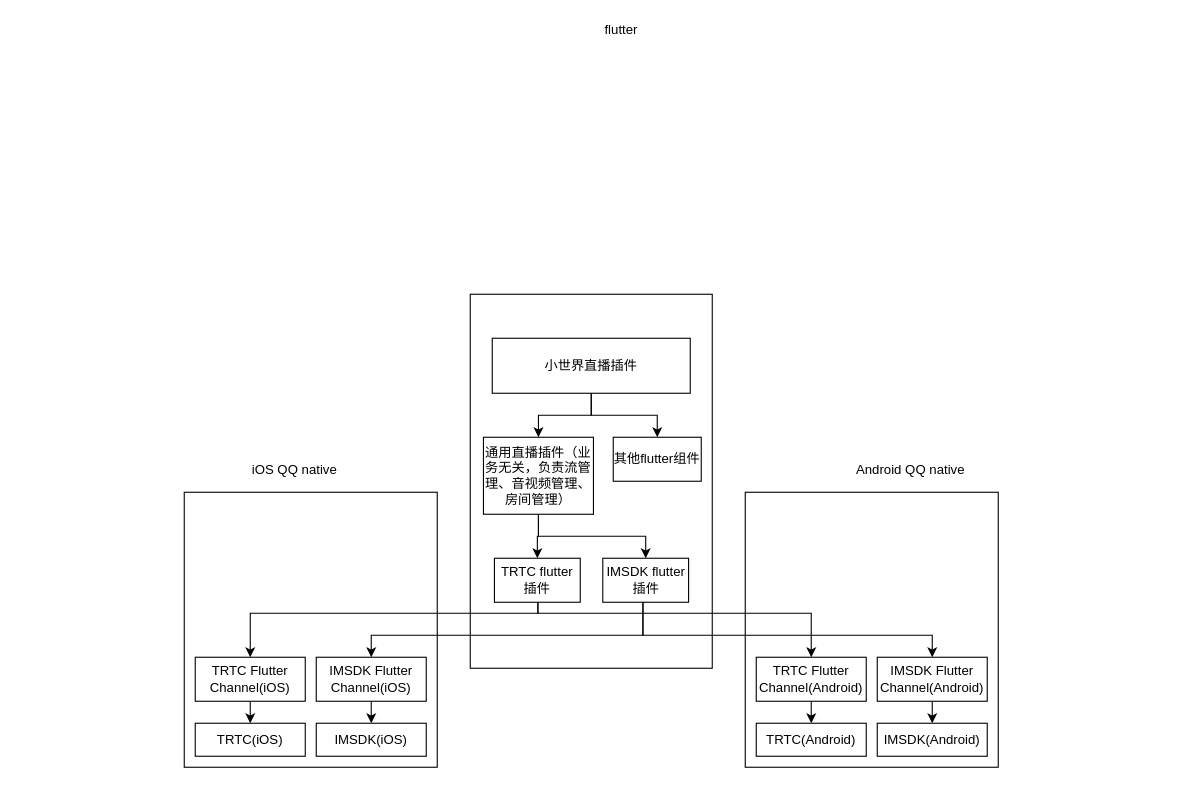
Before: charts/WezoneLive.drawio in ruin19/draw.io, a draw.io diagram. Source tidied: cells renumbered, new cells numbered last; positions are measured from the earlier drawing's top-left corner, leaving out a move shared by most shapes. Both pictures are drawn from the tidied source at 110%, with x=0, y=0 at pixel (184, 19).
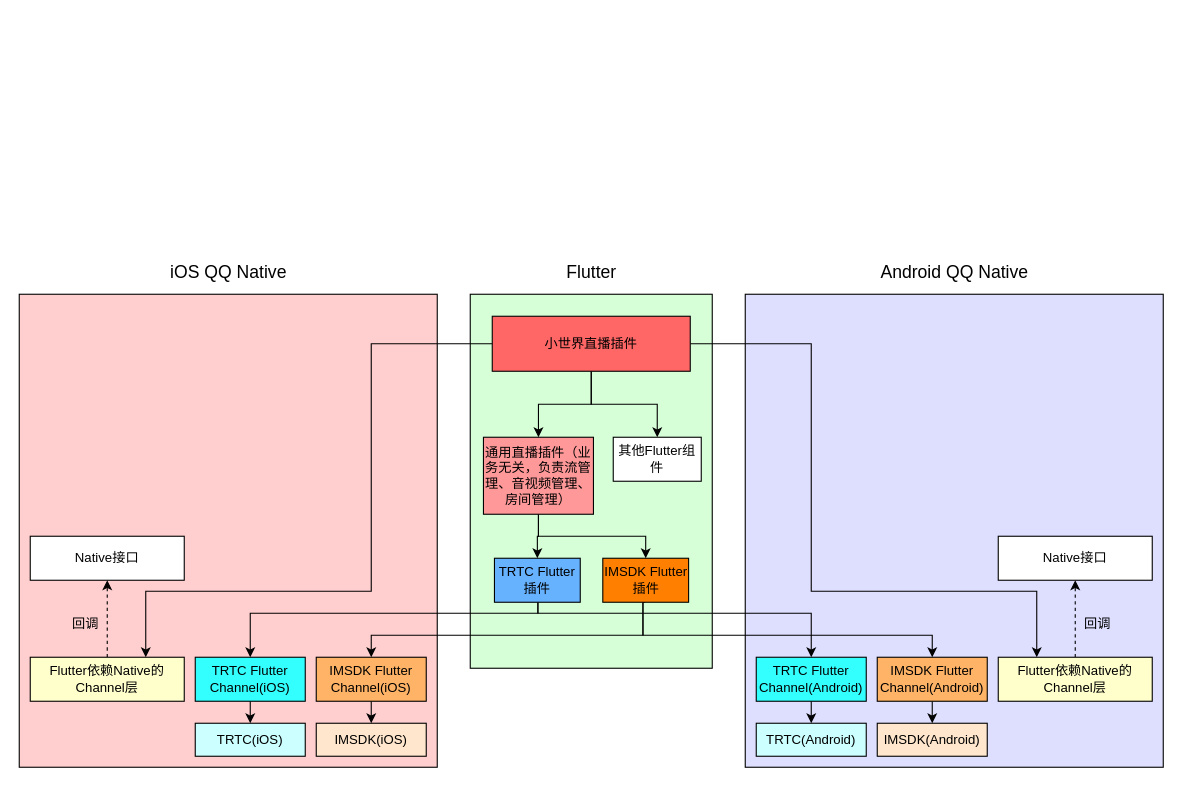
Above is the later version.

Diff of the diagram source:
```diff
@@
-    <mxCell id="2" style="rounded=0;whiteSpace=wrap;html=1;" parent="1" vertex="1">
-      <mxGeometry x="510" y="430" width="230" height="250" as="geometry" />
+    <mxCell id="2" style="rounded=0;whiteSpace=wrap;html=1;fillColor=#DEDFFF;" parent="1" vertex="1">
+      <mxGeometry x="510" y="250" width="380" height="430" as="geometry" />
     </mxCell>
-    <mxCell id="3" style="rounded=0;whiteSpace=wrap;html=1;" parent="1" vertex="1">
+    <mxCell id="3" style="rounded=0;whiteSpace=wrap;html=1;fillColor=#D6FFD8;" parent="1" vertex="1">
       <mxGeometry x="260" y="250" width="220" height="340" as="geometry" />
     </mxCell>
-    <mxCell id="4" style="rounded=0;whiteSpace=wrap;html=1;" parent="1" vertex="1">
-      <mxGeometry y="430" width="230" height="250" as="geometry" />
+    <mxCell id="4" style="rounded=0;whiteSpace=wrap;html=1;fillColor=#FFCFCF;" parent="1" vertex="1">
+      <mxGeometry x="-150" y="250" width="380" height="430" as="geometry" />
     </mxCell>
-    <mxCell id="5" value="&lt;span&gt;iOS QQ native&lt;/span&gt;" style="text;html=1;align=center;verticalAlign=middle;fillColor=none;strokeColor=none;rounded=0;" parent="1" vertex="1">
-      <mxGeometry x="55" y="400" width="90" height="20" as="geometry" />
+    <mxCell id="5" value="&lt;span&gt;&lt;font style=&quot;font-size: 16px&quot;&gt;iOS QQ Native&lt;/font&gt;&lt;/span&gt;" style="text;html=1;align=center;verticalAlign=middle;fillColor=none;strokeColor=none;rounded=0;perimeterSpacing=2;" parent="1" vertex="1">
+      <mxGeometry x="-20" y="220" width="120" height="20" as="geometry" />
     </mxCell>
-    <mxCell id="6" value="&lt;span&gt;flutter&lt;/span&gt;" style="text;html=1;align=center;verticalAlign=middle;fillColor=none;strokeColor=none;rounded=0;" parent="1" vertex="1">
-      <mxGeometry x="372" width="50" height="20" as="geometry" />
+    <mxCell id="6" value="&lt;span&gt;&lt;font style=&quot;font-size: 16px&quot;&gt;Flutter&lt;/font&gt;&lt;/span&gt;" style="text;html=1;align=center;verticalAlign=middle;fillColor=none;strokeColor=none;rounded=0;" parent="1" vertex="1">
+      <mxGeometry x="340" y="220" width="60" height="20" as="geometry" />
     </mxCell>
-    <mxCell id="7" value="&lt;span&gt;Android QQ native&lt;/span&gt;" style="text;html=1;align=center;verticalAlign=middle;fillColor=none;strokeColor=none;rounded=0;" parent="1" vertex="1">
-      <mxGeometry x="605" y="400" width="110" height="20" as="geometry" />
+    <mxCell id="7" value="&lt;span&gt;&lt;font style=&quot;font-size: 16px&quot;&gt;Android QQ Native&lt;/font&gt;&lt;/span&gt;" style="text;html=1;align=center;verticalAlign=middle;fillColor=none;strokeColor=none;rounded=0;" parent="1" vertex="1">
+      <mxGeometry x="625" y="220" width="150" height="20" as="geometry" />
     </mxCell>
@@
-    <mxCell id="12" value="&lt;span&gt;TRTC(iOS)&lt;/span&gt;" style="rounded=0;whiteSpace=wrap;html=1;" parent="1" vertex="1">
+    <mxCell id="12" value="&lt;span&gt;TRTC(iOS)&lt;/span&gt;" style="rounded=0;whiteSpace=wrap;html=1;fillColor=#CCFFFF;" parent="1" vertex="1">
       <mxGeometry x="10" y="640" width="100" height="30" as="geometry" />
     </mxCell>
@@
-    <mxCell id="14" value="&lt;span&gt;TRTC Flutter Channel(iOS)&lt;/span&gt;" style="rounded=0;whiteSpace=wrap;html=1;" parent="1" vertex="1">
+    <mxCell id="14" value="&lt;span&gt;TRTC Flutter Channel(iOS)&lt;/span&gt;" style="rounded=0;whiteSpace=wrap;html=1;fillColor=#33FFFF;" parent="1" vertex="1">
       <mxGeometry x="10" y="580" width="100" height="40" as="geometry" />
     </mxCell>
-    <mxCell id="15" value="&lt;span&gt;IMSDK(iOS)&lt;/span&gt;" style="rounded=0;whiteSpace=wrap;html=1;" parent="1" vertex="1">
+    <mxCell id="15" value="&lt;span&gt;IMSDK(iOS)&lt;/span&gt;" style="rounded=0;whiteSpace=wrap;html=1;fillColor=#FFE6CC;" parent="1" vertex="1">
       <mxGeometry x="120" y="640" width="100" height="30" as="geometry" />
     </mxCell>
@@
-    <mxCell id="17" value="&lt;span&gt;IMSDK Flutter Channel(iOS)&lt;/span&gt;" style="rounded=0;whiteSpace=wrap;html=1;" parent="1" vertex="1">
+    <mxCell id="17" value="&lt;span&gt;IMSDK Flutter Channel(iOS)&lt;/span&gt;" style="rounded=0;whiteSpace=wrap;html=1;fillColor=#FFB366;" parent="1" vertex="1">
       <mxGeometry x="120" y="580" width="100" height="40" as="geometry" />
     </mxCell>
-    <mxCell id="18" value="&lt;span&gt;TRTC(&lt;/span&gt;Android&lt;span&gt;)&lt;/span&gt;" style="rounded=0;whiteSpace=wrap;html=1;" parent="1" vertex="1">
+    <mxCell id="18" value="&lt;span&gt;TRTC(&lt;/span&gt;Android&lt;span&gt;)&lt;/span&gt;" style="rounded=0;whiteSpace=wrap;html=1;fillColor=#CCFFFF;" parent="1" vertex="1">
       <mxGeometry x="520" y="640" width="100" height="30" as="geometry" />
     </mxCell>
@@
-    <mxCell id="20" value="&lt;span&gt;TRTC Flutter Channel(Android)&lt;/span&gt;" style="rounded=0;whiteSpace=wrap;html=1;" parent="1" vertex="1">
+    <mxCell id="20" value="&lt;span&gt;TRTC Flutter Channel(Android)&lt;/span&gt;" style="rounded=0;whiteSpace=wrap;html=1;fillColor=#33FFFF;" parent="1" vertex="1">
       <mxGeometry x="520" y="580" width="100" height="40" as="geometry" />
     </mxCell>
-    <mxCell id="21" value="&lt;span&gt;IMSDK(&lt;/span&gt;Android&lt;span&gt;)&lt;/span&gt;" style="rounded=0;whiteSpace=wrap;html=1;" parent="1" vertex="1">
+    <mxCell id="21" value="&lt;span&gt;IMSDK(&lt;/span&gt;Android&lt;span&gt;)&lt;/span&gt;" style="rounded=0;whiteSpace=wrap;html=1;fillColor=#FFE6CC;" parent="1" vertex="1">
       <mxGeometry x="630" y="640" width="100" height="30" as="geometry" />
     </mxCell>
@@
-    <mxCell id="23" value="&lt;span&gt;IMSDK Flutter Channel(&lt;/span&gt;Android&lt;span&gt;)&lt;/span&gt;" style="rounded=0;whiteSpace=wrap;html=1;" parent="1" vertex="1">
+    <mxCell id="23" value="&lt;span&gt;IMSDK Flutter Channel(&lt;/span&gt;Android&lt;span&gt;)&lt;/span&gt;" style="rounded=0;whiteSpace=wrap;html=1;fillColor=#FFB366;" parent="1" vertex="1">
       <mxGeometry x="630" y="580" width="100" height="40" as="geometry" />
     </mxCell>
-    <mxCell id="24" value="&lt;span&gt;TRTC flutter 插件&lt;/span&gt;" style="rounded=0;whiteSpace=wrap;html=1;" parent="1" vertex="1">
+    <mxCell id="24" value="&lt;span&gt;TRTC Flutter 插件&lt;/span&gt;" style="rounded=0;whiteSpace=wrap;html=1;fillColor=#66B2FF;" parent="1" vertex="1">
       <mxGeometry x="282" y="490" width="78" height="40" as="geometry" />
     </mxCell>
-    <mxCell id="25" value="IMSDK flutter 插件" style="rounded=0;whiteSpace=wrap;html=1;" parent="1" vertex="1">
+    <mxCell id="25" value="IMSDK Flutter 插件" style="rounded=0;whiteSpace=wrap;html=1;fillColor=#FF8000;" parent="1" vertex="1">
       <mxGeometry x="380.5" y="490" width="78" height="40" as="geometry" />
     </mxCell>
@@
-    <mxCell id="28" value="通用直播插件（业务无关，负责流管理、音视频管理、房间管理）" style="rounded=0;whiteSpace=wrap;html=1;" parent="1" vertex="1">
+    <mxCell id="28" value="通用直播插件（业务无关，负责流管理、音视频管理、房间管理）" style="rounded=0;whiteSpace=wrap;html=1;fillColor=#FF9999;" parent="1" vertex="1">
       <mxGeometry x="272" y="380" width="100" height="70" as="geometry" />
     </mxCell>
@@
+    <mxCell id="33" style="edgeStyle=orthogonalEdgeStyle;rounded=0;jettySize=auto;html=1;exitX=0;exitY=0.5;exitDx=0;exitDy=0;entryX=0.75;entryY=0;entryDx=0;entryDy=0;" parent="1" edge="1" source="31" target="36">
+      <mxGeometry relative="1" as="geometry">
+        <Array as="points">
+          <mxPoint x="170" y="295" />
+          <mxPoint x="170" y="520" />
+          <mxPoint x="-35" y="520" />
+        </Array>
+      </mxGeometry>
+    </mxCell>
+    <mxCell id="34" style="edgeStyle=orthogonalEdgeStyle;rounded=0;jettySize=auto;html=1;exitX=1;exitY=0.5;exitDx=0;exitDy=0;entryX=0.25;entryY=0;entryDx=0;entryDy=0;" parent="1" edge="1" source="31" target="40">
+      <mxGeometry relative="1" as="geometry">
+        <Array as="points">
+          <mxPoint x="570" y="295" />
+          <mxPoint x="570" y="520" />
+          <mxPoint x="775" y="520" />
+        </Array>
+      </mxGeometry>
+    </mxCell>
-    <mxCell id="31" value="小世界直播插件" style="rounded=0;whiteSpace=wrap;html=1;" parent="1" vertex="1">
-      <mxGeometry x="280" y="290" width="180" height="50" as="geometry" />
+    <mxCell id="31" value="小世界直播插件" style="rounded=0;whiteSpace=wrap;html=1;fillColor=#FF6666;" parent="1" vertex="1">
+      <mxGeometry x="280" y="270" width="180" height="50" as="geometry" />
     </mxCell>
-    <mxCell id="32" value="其他flutter组件" style="rounded=0;whiteSpace=wrap;html=1;" parent="1" vertex="1">
+    <mxCell id="32" value="其他Flutter组件" style="rounded=0;whiteSpace=wrap;html=1;" parent="1" vertex="1">
       <mxGeometry x="390" y="380" width="80" height="40" as="geometry" />
     </mxCell>
+    <mxCell id="35" style="edgeStyle=orthogonalEdgeStyle;rounded=0;jettySize=auto;html=1;exitX=0.5;exitY=0;exitDx=0;exitDy=0;entryX=0.5;entryY=1;entryDx=0;entryDy=0;dashed=1;" parent="1" edge="1" source="36" target="37">
+      <mxGeometry relative="1" as="geometry" />
+    </mxCell>
+    <mxCell id="36" value="Flutter依赖Native的Channel层" style="rounded=0;whiteSpace=wrap;html=1;fillColor=#FFFFCC;" parent="1" vertex="1">
+      <mxGeometry x="-140" y="580" width="140" height="40" as="geometry" />
+    </mxCell>
+    <mxCell id="37" value="Native接口" style="rounded=0;whiteSpace=wrap;html=1;" parent="1" vertex="1">
+      <mxGeometry x="-140" y="470" width="140" height="40" as="geometry" />
+    </mxCell>
+    <mxCell id="38" value="回调" style="text;html=1;align=center;verticalAlign=middle;fillColor=none;strokeColor=none;rounded=0;" parent="1" vertex="1">
+      <mxGeometry x="-110" y="540" width="40" height="20" as="geometry" />
+    </mxCell>
+    <mxCell id="39" style="edgeStyle=orthogonalEdgeStyle;rounded=0;jettySize=auto;html=1;exitX=0.5;exitY=0;exitDx=0;exitDy=0;entryX=0.5;entryY=1;entryDx=0;entryDy=0;dashed=1;" parent="1" edge="1" source="40" target="41">
+      <mxGeometry relative="1" as="geometry" />
+    </mxCell>
+    <mxCell id="40" value="Flutter依赖Native的Channel层" style="rounded=0;whiteSpace=wrap;html=1;fillColor=#FFFFCC;" parent="1" vertex="1">
+      <mxGeometry x="740" y="580" width="140" height="40" as="geometry" />
+    </mxCell>
+    <mxCell id="41" value="Native接口" style="rounded=0;whiteSpace=wrap;html=1;" parent="1" vertex="1">
+      <mxGeometry x="740" y="470" width="140" height="40" as="geometry" />
+    </mxCell>
+    <mxCell id="42" value="回调" style="text;html=1;align=center;verticalAlign=middle;fillColor=none;strokeColor=none;rounded=0;" parent="1" vertex="1">
+      <mxGeometry x="810" y="540" width="40" height="20" as="geometry" />
+    </mxCell>
```
